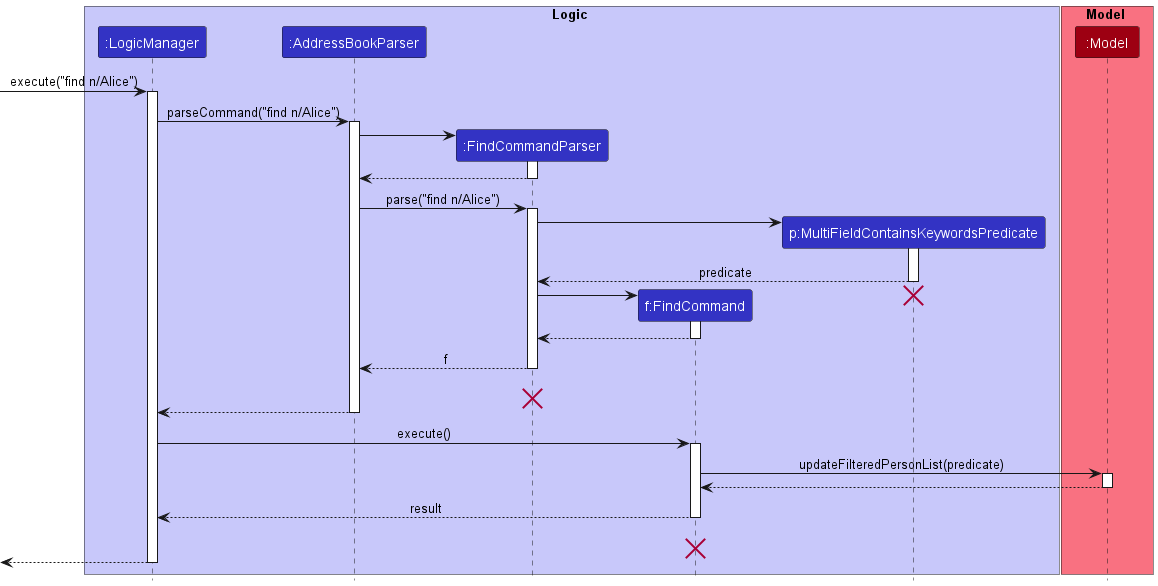
The PlantUML diagram docs/images/FindSequenceDiagram.png in nus-cs2103-AY2223S2/tp, before a commit.
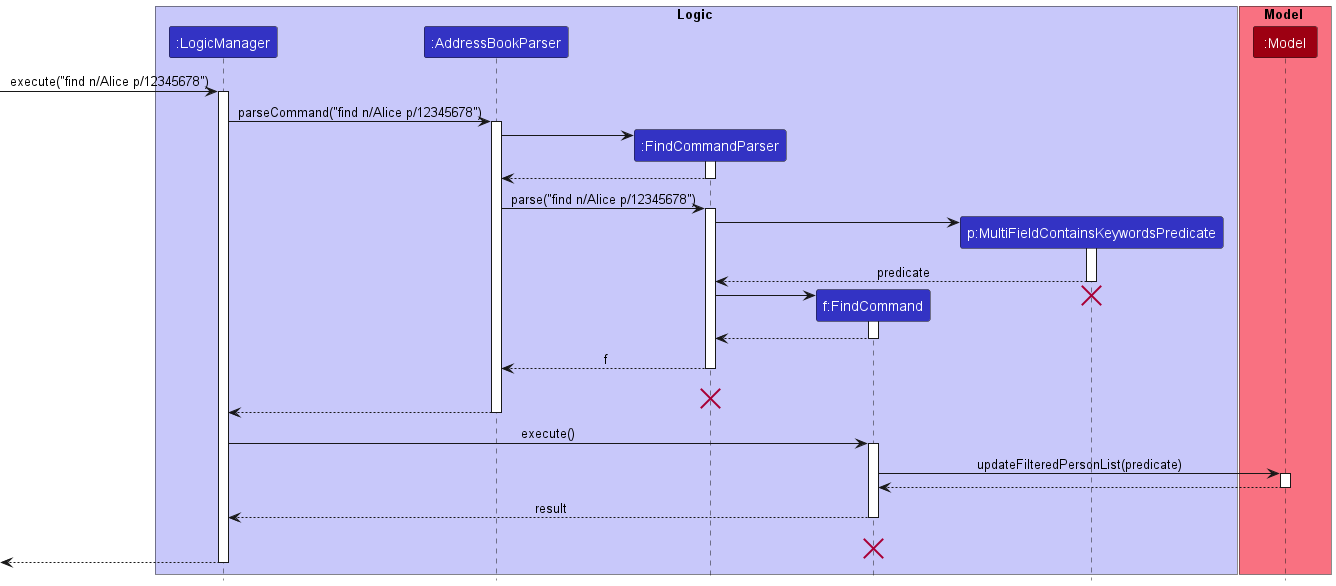
The same file after the commit.

Commit message:
Update find sequence diagram, added filter seq diagram Finish undo/redo

Change to the diagram source:
```diff
@@ -12,10 +12,10 @@
 box Model MODEL_COLOR_T1
 participant ":Model" as Model MODEL_COLOR
 end box
-[-> LogicManager : execute("find n/Alice")
+[-> LogicManager : execute("find n/Alice p/12345678")
 activate LogicManager
 
-LogicManager -> AddressBookParser : parseCommand("find n/Alice")
+LogicManager -> AddressBookParser : parseCommand("find n/Alice p/12345678")
 activate AddressBookParser
 
 create FindCommandParser
@@ -25,7 +25,7 @@
 FindCommandParser --> AddressBookParser
 deactivate FindCommandParser
 
-AddressBookParser -> FindCommandParser : parse("find n/Alice")
+AddressBookParser -> FindCommandParser : parse("find n/Alice p/12345678")
 activate FindCommandParser
 
 create Predicate
```
